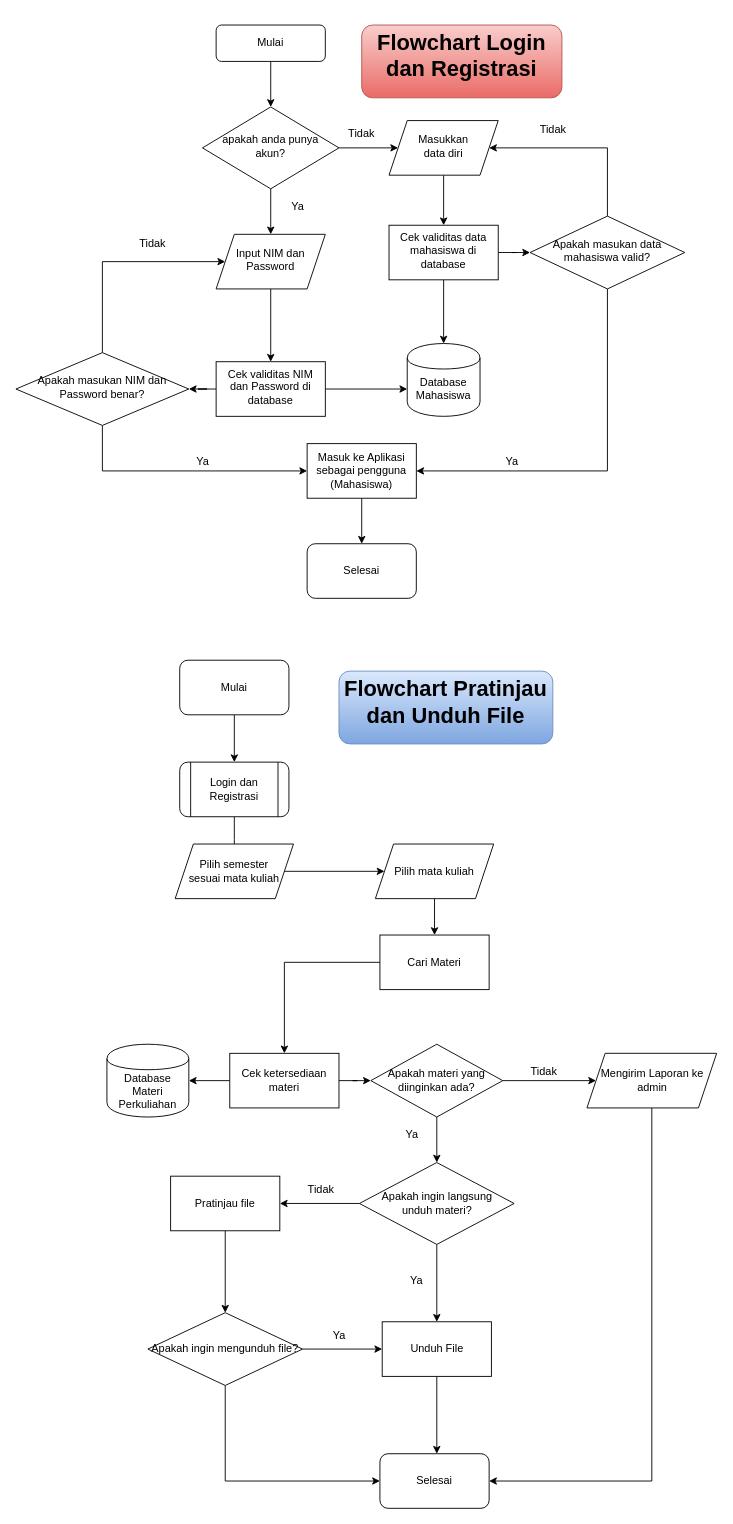
Before: HCI_ProgramFlow.drawio in freyaldi/unsri-4-HCI, a draw.io diagram. Source tidied: cells renumbered, new cells numbered last; positions are measured from the earlier drawing's top-left corner, leaving out a move shared by most shapes. Both pictures are drawn from the tidied source at 91%, with x=0, y=0 at pixel (15, 25).
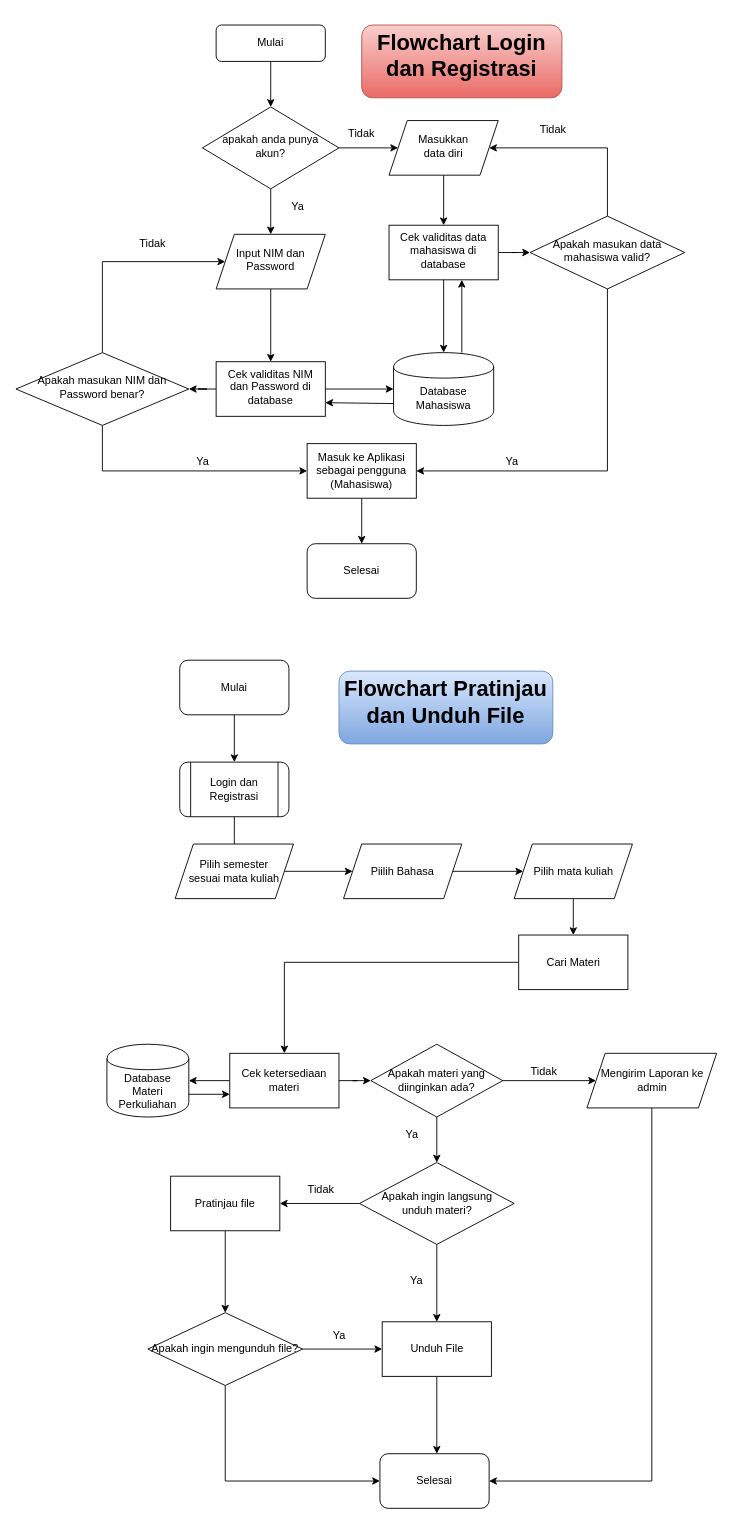
The same page after the edit.

The change refers to these unchanged cells:
```xml
<mxCell id="15" value="Cek validitas data mahasiswa di database" style="whiteSpace=wrap;html=1;shadow=0;strokeWidth=1;spacing=6;spacingTop=-4;" parent="1" vertex="1">
  <mxGeometry x="410" y="220" width="120" height="60" as="geometry" />
</mxCell>
<mxCell id="23" value="Cek validitas NIM dan Password di database" style="whiteSpace=wrap;html=1;shadow=0;strokeWidth=1;spacing=6;spacingTop=-4;" parent="1" vertex="1">
  <mxGeometry x="220" y="370" width="120" height="60" as="geometry" />
</mxCell>
<mxCell id="39" value="Pilih semester &lt;br&gt;sesuai mata kuliah" style="shape=parallelogram;perimeter=parallelogramPerimeter;whiteSpace=wrap;html=1;fixedSize=1;rounded=0;shadow=0;glass=0;sketch=0;gradientColor=none;" parent="1" vertex="1">
  <mxGeometry x="175" y="900" width="130" height="60" as="geometry" />
</mxCell>
<mxCell id="53" value="Cek ketersediaan materi" style="rounded=0;whiteSpace=wrap;html=1;shadow=0;glass=0;sketch=0;gradientColor=none;" parent="1" vertex="1">
  <mxGeometry x="235" y="1130" width="120" height="60" as="geometry" />
</mxCell>
```

The edit, as a diff of the source:
```diff
@@
-    <mxCell id="13" style="edgeStyle=orthogonalEdgeStyle;rounded=0;jettySize=auto;html=1;" parent="1" edge="1" source="15" target="16">
-      <mxGeometry relative="1" as="geometry" />
-    </mxCell>
@@
     <mxCell id="16" value="Database Mahasiswa" style="shape=cylinder;whiteSpace=wrap;html=1;boundedLbl=1;backgroundOutline=1;shadow=0;strokeWidth=1;spacing=6;spacingTop=-4;" parent="1" vertex="1">
-      <mxGeometry x="430" y="350" width="80" height="80" as="geometry" />
+      <mxGeometry x="415" y="360" width="110" height="80" as="geometry" />
     </mxCell>
@@
-    <mxCell id="21" style="edgeStyle=orthogonalEdgeStyle;rounded=0;jettySize=auto;html=1;exitX=1;exitY=0.5;exitDx=0;exitDy=0;" parent="1" edge="1" source="23" target="16">
-      <mxGeometry relative="1" as="geometry">
-        <Array as="points">
-          <mxPoint x="410" y="400" />
-          <mxPoint x="410" y="400" />
-        </Array>
-      </mxGeometry>
-    </mxCell>
@@
-    <mxCell id="38" style="edgeStyle=orthogonalEdgeStyle;rounded=0;jettySize=auto;html=1;" parent="1" edge="1" source="39" target="41">
+    <mxCell id="38" style="edgeStyle=orthogonalEdgeStyle;rounded=0;jettySize=auto;html=1;entryX=0;entryY=0.5;entryDx=0;entryDy=0;" parent="1" edge="1" source="39" target="74">
       <mxGeometry relative="1" as="geometry" />
     </mxCell>
@@
     <mxCell id="41" value="Pilih mata kuliah" style="shape=parallelogram;perimeter=parallelogramPerimeter;whiteSpace=wrap;html=1;fixedSize=1;rounded=0;shadow=0;glass=0;sketch=0;gradientColor=none;" parent="1" vertex="1">
-      <mxGeometry x="395" y="900" width="130" height="60" as="geometry" />
+      <mxGeometry x="547.5" y="900" width="130" height="60" as="geometry" />
     </mxCell>
@@
     <mxCell id="50" value="Cari Materi" style="rounded=0;whiteSpace=wrap;html=1;shadow=0;glass=0;sketch=0;gradientColor=none;" parent="1" vertex="1">
-      <mxGeometry x="400" y="1000" width="120" height="60" as="geometry" />
+      <mxGeometry x="552.5" y="1000" width="120" height="60" as="geometry" />
     </mxCell>
@@
+    <mxCell id="13" style="endArrow=classic;html=1;entryX=0.5;entryY=0;entryDx=0;entryDy=0;exitX=0.5;exitY=1;exitDx=0;exitDy=0;" parent="1" edge="1" source="15" target="16">
+      <mxGeometry relative="1" as="geometry" />
+    </mxCell>
+    <mxCell id="70" style="endArrow=classic;html=1;exitX=0.682;exitY=0;exitDx=0;exitDy=0;exitPerimeter=0;" parent="1" edge="1" source="16">
+      <mxGeometry relative="1" as="geometry">
+        <mxPoint x="490" y="280" as="targetPoint" />
+      </mxGeometry>
+    </mxCell>
+    <mxCell id="21" style="endArrow=classic;html=1;exitX=1;exitY=0.5;exitDx=0;exitDy=0;" parent="1" edge="1" source="23" target="16">
+      <mxGeometry relative="1" as="geometry" />
+    </mxCell>
+    <mxCell id="71" style="endArrow=classic;html=1;exitX=0;exitY=0.7;exitDx=0;exitDy=0;entryX=1;entryY=0.75;entryDx=0;entryDy=0;" parent="1" edge="1" source="16" target="23">
+      <mxGeometry relative="1" as="geometry" />
+    </mxCell>
+    <mxCell id="72" style="endArrow=classic;html=1;entryX=0;entryY=0.75;entryDx=0;entryDy=0;" parent="1" edge="1" target="53">
+      <mxGeometry relative="1" as="geometry">
+        <mxPoint x="190" y="1175" as="sourcePoint" />
+      </mxGeometry>
+    </mxCell>
+    <mxCell id="73" style="edgeStyle=orthogonalEdgeStyle;rounded=0;jettySize=auto;html=1;" parent="1" edge="1" source="74" target="41">
+      <mxGeometry relative="1" as="geometry" />
+    </mxCell>
+    <mxCell id="74" value="Piilih Bahasa" style="shape=parallelogram;perimeter=parallelogramPerimeter;whiteSpace=wrap;html=1;fixedSize=1;rounded=0;shadow=0;glass=0;sketch=0;gradientColor=none;" parent="1" vertex="1">
+      <mxGeometry x="360" y="900" width="130" height="60" as="geometry" />
+    </mxCell>
```
